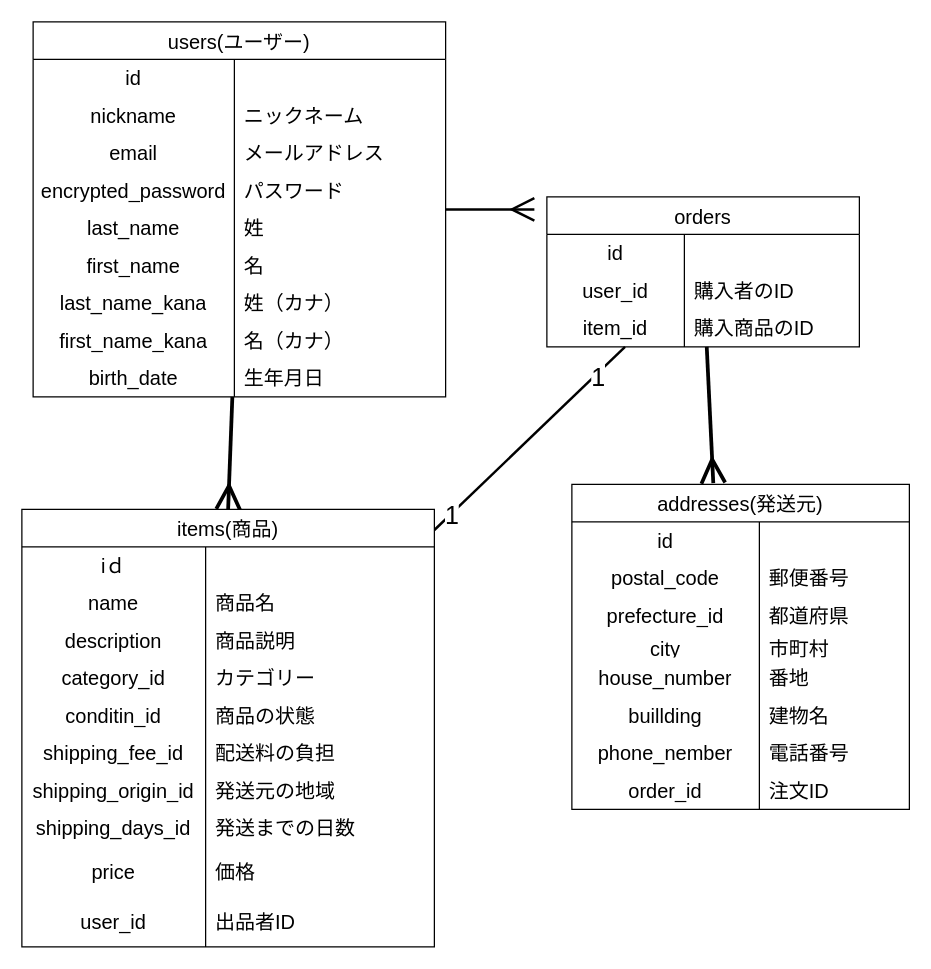
The draw.io diagram ER.dio in maotaro0/furima-48465, before the edit. Source tidied: cells renumbered, new cells numbered last; positions are measured from the earlier drawing's top-left corner, leaving out a move shared by most shapes. Both pictures are drawn from the tidied source at 125%, with x=0, y=0 at pixel (21, 21).
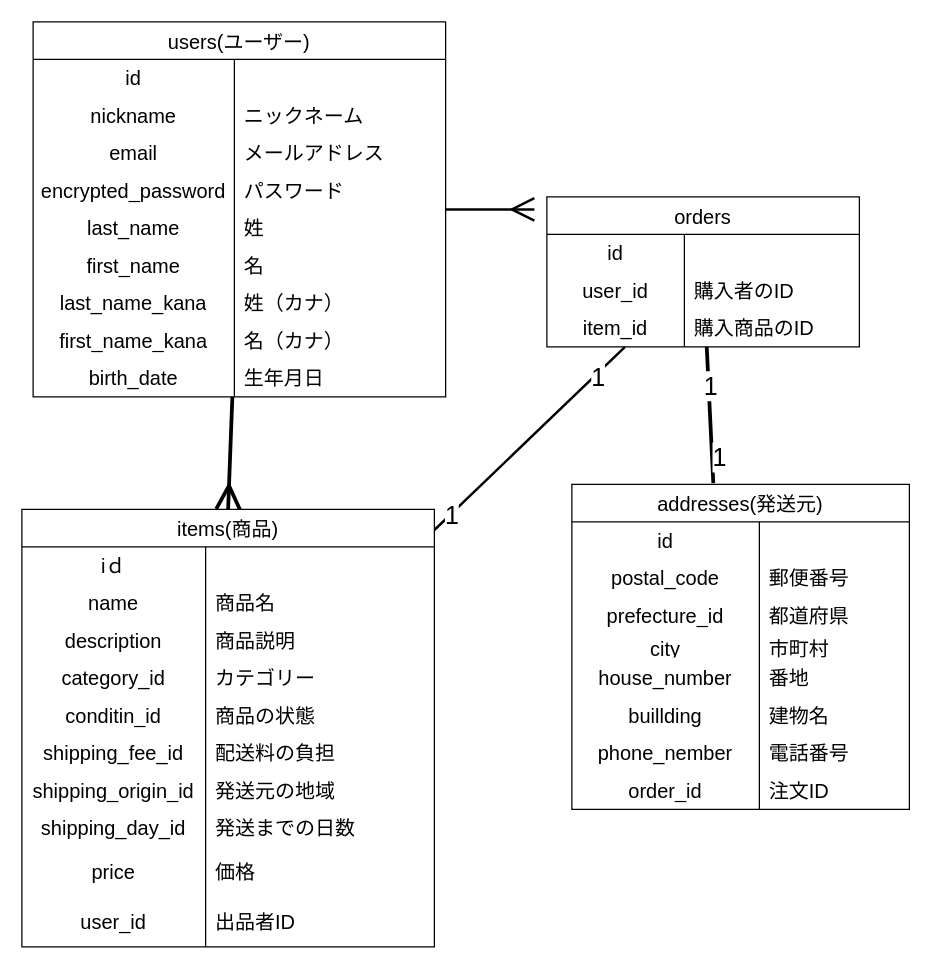
The same page after the edit.

The change refers to these unchanged cells:
```xml
<mxCell id="57" style="shape=tableRow;horizontal=0;startSize=0;swimlaneHead=0;swimlaneBody=0;top=0;left=0;bottom=0;right=0;fillColor=none;strokeColor=inherit;fontSize=16;" parent="35" vertex="1">
  <mxGeometry y="240" width="330" height="30" as="geometry" />
</mxCell>
<mxCell id="66" value="addresses(発送元)" style="shape=table;startSize=30;childLayout=tableLayout;rowLines=0;fontStyle=0;strokeColor=default;fontSize=16;" parent="1" vertex="1">
  <mxGeometry x="440" y="370" width="270" height="260" as="geometry" />
</mxCell>
<mxCell id="91" value="orders" style="shape=table;startSize=30;childLayout=tableLayout;rowLines=0;fontStyle=0;strokeColor=default;fontSize=16;" parent="1" vertex="1">
  <mxGeometry x="420" y="140" width="250" height="120" as="geometry" />
</mxCell>
```

What changed in the source:
```diff
@@
-    <mxCell id="58" value="shipping_days_id" style="shape=partialRectangle;html=1;whiteSpace=wrap;fillColor=none;top=0;left=0;bottom=0;right=0;overflow=hidden;strokeColor=inherit;fontSize=16;" parent="57" vertex="1">
+    <mxCell id="58" value="shipping_day_id" style="shape=partialRectangle;html=1;whiteSpace=wrap;fillColor=none;top=0;left=0;bottom=0;right=0;overflow=hidden;strokeColor=inherit;fontSize=16;" parent="57" vertex="1">
       <mxGeometry width="147" height="30" as="geometry" />
     </mxCell>
@@
-    <mxCell id="101" style="edgeStyle=none;html=1;entryX=0.419;entryY=-0.004;entryDx=0;entryDy=0;entryPerimeter=0;endArrow=ERmany;endFill=0;endSize=15;startSize=15;strokeWidth=3;" parent="1" edge="1" source="91" target="66">
+    <mxCell id="101" style="edgeStyle=none;html=1;entryX=0.419;entryY=-0.004;entryDx=0;entryDy=0;entryPerimeter=0;endArrow=none;endFill=0;endSize=15;startSize=15;strokeWidth=3;" parent="1" edge="1" source="91" target="66">
       <mxGeometry relative="1" as="geometry" />
     </mxCell>
+    <mxCell id="102" value="1" style="edgeLabel;html=1;align=center;verticalAlign=middle;fontSize=20;" parent="1" vertex="1">
+      <mxGeometry x="550" y="290" as="geometry" />
+    </mxCell>
+    <mxCell id="103" value="1" style="edgeLabel;html=1;align=center;verticalAlign=middle;fontSize=20;" parent="1" vertex="1">
+      <mxGeometry x="470" y="320" as="geometry">
+        <mxPoint x="87" y="27" as="offset" />
+      </mxGeometry>
+    </mxCell>
```
